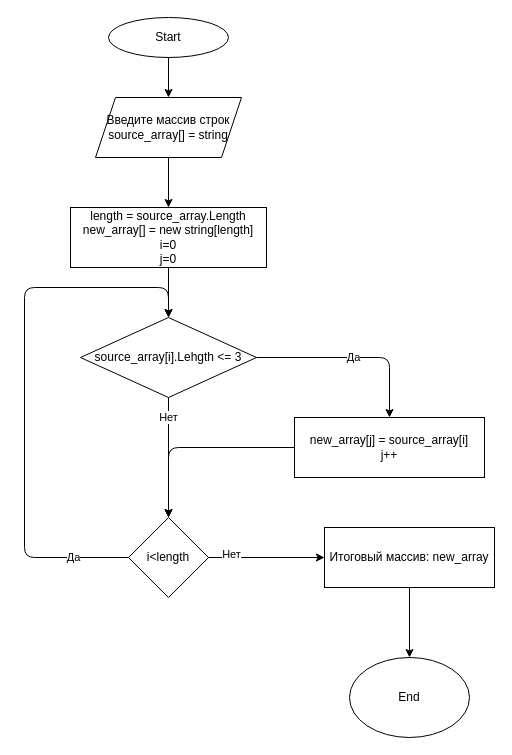
wakhsavior/HW_block_1 keeps this draw.io diagram as scheme.drawio. Above is the earlier version. Source tidied: cells renumbered, new cells numbered last; positions are measured from the earlier drawing's top-left corner, leaving out a move shared by most shapes. Both pictures are drawn from the tidied source at 100%, with x=0, y=0 at pixel (24, 17).
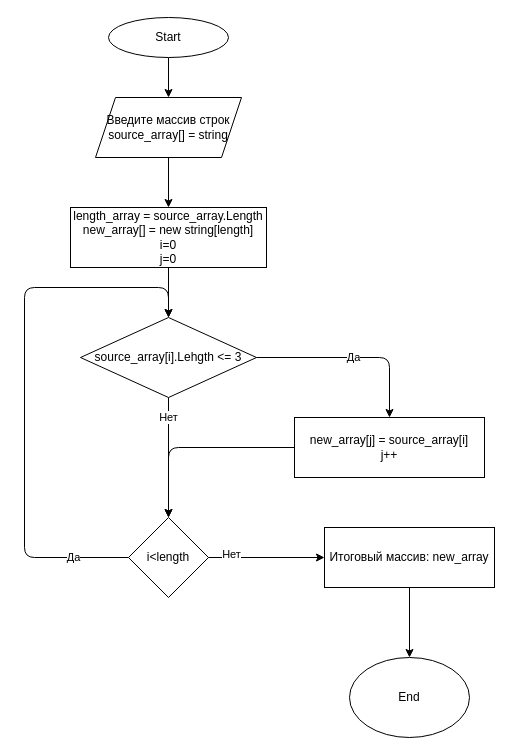
The same diagram, later.

Commit message (it also covers changes not shown here):
Add program using c#

Diff of the diagram source:
```diff
@@
-    <mxCell id="5" value="length = source_array.Length&lt;br&gt;new_array[] = new string[length]&lt;br&gt;i=0&lt;br&gt;j=0" style="rounded=0;whiteSpace=wrap;html=1;" parent="1" vertex="1">
+    <mxCell id="5" value="length_array = source_array.Length&lt;br&gt;new_array[] = new string[length]&lt;br&gt;i=0&lt;br&gt;j=0" style="rounded=0;whiteSpace=wrap;html=1;" parent="1" vertex="1">
       <mxGeometry x="46" y="190" width="196" height="60" as="geometry" />
     </mxCell>
```
